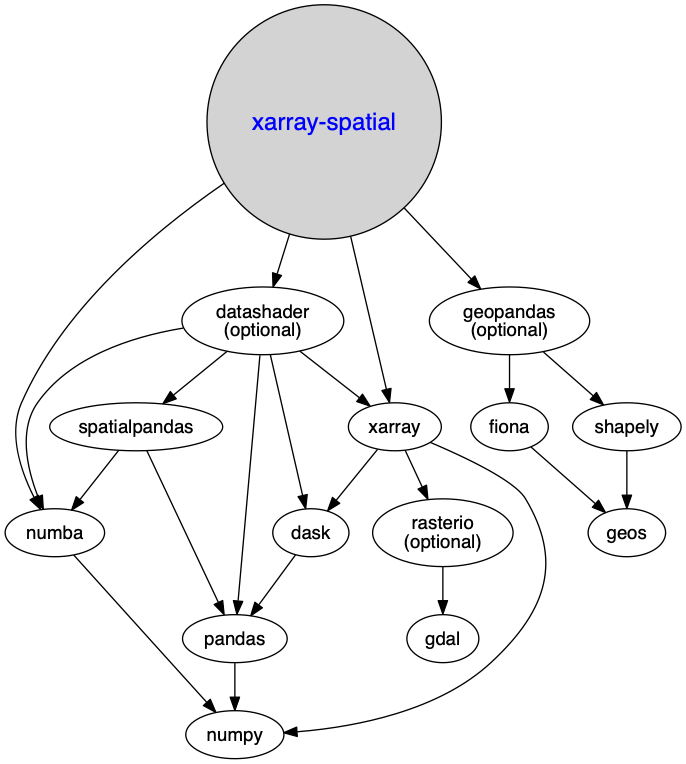
Earlier version of the Graphviz export dependencies.png (makepath/xarray-spatial). Its source is kept beside it as dependencies.dot.
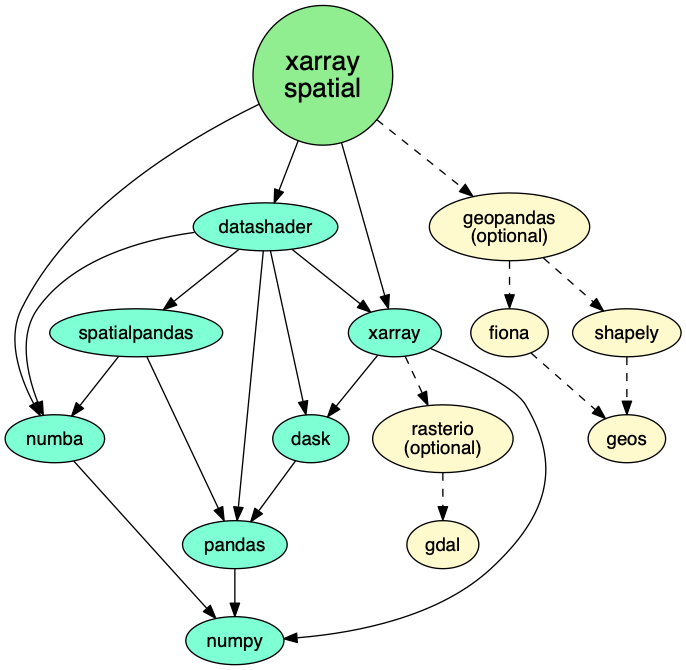
The same diagram one commit later.

Commit message:
updated dependency graph

Change to the diagram source:
```diff
@@ -1,23 +1,37 @@
 digraph G {
-"xarray-spatial" -> "datashader\n(optional)";
-"xarray-spatial" -> numba;
-"xarray-spatial" -> xarray;
-"xarray-spatial" -> "geopandas\n(optional)";
-"datashader\n(optional)" -> numba;
-"datashader\n(optional)" -> xarray;
-"datashader\n(optional)" -> dask;
-"datashader\n(optional)" -> pandas;
-"datashader\n(optional)" -> spatialpandas;
+"xarray\nspatial" -> datashader;
+"xarray\nspatial" -> numba;
+"xarray\nspatial" -> xarray;
+"xarray\nspatial" -> "geopandas\n(optional)" [style=dashed];
+datashader -> numba;
+datashader -> xarray;
+datashader -> dask;
+datashader -> pandas;
+datashader -> spatialpandas;
 xarray -> dask;
 xarray -> numpy;
-xarray -> "rasterio\n(optional)" -> gdal;
+xarray -> "rasterio\n(optional)" -> gdal [style=dashed];
 numba -> numpy;
 pandas -> numpy;
 dask -> pandas;
 spatialpandas -> pandas;
 spatialpandas -> numba;
-"geopandas\n(optional)" -> fiona -> geos;
-"geopandas\n(optional)" -> shapely -> geos;
+"geopandas\n(optional)" -> fiona -> geos [style=dashed];
+"geopandas\n(optional)" -> shapely -> geos [style=dashed];
 
- "xarray-spatial" [fontcolor=blue fontsize=18 width=0.5 shape=circle style=filled];
+ "xarray\nspatial" [fillcolor=palegreen2 fontsize=20 width=0.5 shape=circle style=filled];
+ xarray [fillcolor=aquamarine style=filled];
+ datashader [fillcolor=aquamarine style=filled];
+ dask [fillcolor=aquamarine style=filled];
+ numpy [fillcolor=aquamarine style=filled];
+ numba [fillcolor=aquamarine style=filled];
+ pandas [fillcolor=aquamarine style=filled];
+ spatialpandas [fillcolor=aquamarine style=filled];
+ spatialpandas [fillcolor=aquamarine style=filled];
+ "rasterio\n(optional)" [fillcolor=lemonchiffon style=filled];
+ "geopandas\n(optional)" [fillcolor=lemonchiffon style=filled];
+ gdal [fillcolor=lemonchiffon style=filled];
+ geos [fillcolor=lemonchiffon style=filled];
+ fiona [fillcolor=lemonchiffon style=filled];
+ shapely [fillcolor=lemonchiffon style=filled];
 }
```
